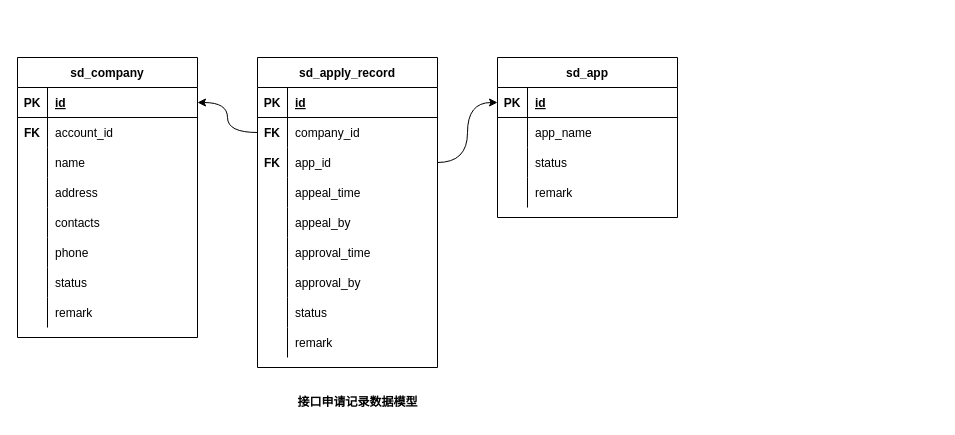
Earlier version of the draw.io diagram page "20220929151245" (6 of 7) of src/work/wyjz/service_directory/db_design_20220930.drawio (ab-doc/draw.io). Source tidied: cells renumbered, new cells numbered last; positions are measured from the earlier drawing's top-left corner, leaving out a move shared by most shapes. Both pictures are drawn from the tidied source at 100%, with x=0, y=0 at pixel (17, 57).
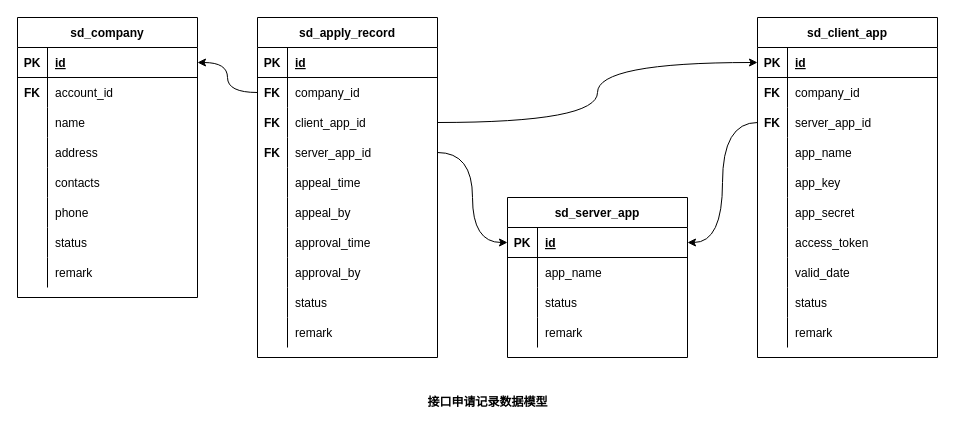
The same diagram, later.

Unchanged cells that the change refers to:
```xml
<mxCell id="59" style="shape=tableRow;horizontal=0;startSize=0;swimlaneHead=0;swimlaneBody=0;fillColor=none;points=[[0,0.5],[1,0.5]];portConstraint=eastwest;top=0;left=0;right=0;bottom=1;" parent="58" vertex="1">
  <mxGeometry y="30" width="180" height="30" as="geometry" />
</mxCell>
```

The edit, as a diff of the source:
```diff
@@
+    <mxCell id="71" style="edgeStyle=orthogonalEdgeStyle;curved=1;rounded=0;jettySize=auto;html=1;entryX=0;entryY=0.5;entryDx=0;entryDy=0;exitX=1;exitY=0.5;exitDx=0;exitDy=0;" parent="1" edge="1" source="72" target="77">
+      <mxGeometry relative="1" as="geometry" />
+    </mxCell>
     <mxCell id="4" value="sd_apply_record" style="shape=table;startSize=30;childLayout=tableLayout;rowLines=0;fontStyle=1;align=center;" parent="1" vertex="1">
-      <mxGeometry x="240" width="180" height="310" as="geometry" />
+      <mxGeometry x="240" y="-40" width="180" height="340" as="geometry" />
     </mxCell>
@@
+    <mxCell id="72" style="shape=tableRow;horizontal=0;startSize=0;swimlaneHead=0;swimlaneBody=0;fillColor=none;points=[[0,0.5],[1,0.5]];portConstraint=eastwest;top=0;left=0;right=0;bottom=0;" parent="4" vertex="1">
+      <mxGeometry y="90" width="180" height="30" as="geometry" />
+    </mxCell>
+    <mxCell id="73" value="FK" style="shape=partialRectangle;fillColor=none;top=0;left=0;bottom=0;right=0;overflow=hidden;fontStyle=1;" parent="72" vertex="1">
+      <mxGeometry width="30" height="30" as="geometry" />
+    </mxCell>
+    <mxCell id="74" value="client_app_id" style="shape=partialRectangle;fillColor=none;top=0;left=0;bottom=0;right=0;align=left;spacingLeft=6;overflow=hidden;" parent="72" vertex="1">
+      <mxGeometry x="30" width="150" height="30" as="geometry" />
+    </mxCell>
     <mxCell id="11" style="shape=tableRow;horizontal=0;startSize=0;swimlaneHead=0;swimlaneBody=0;fillColor=none;points=[[0,0.5],[1,0.5]];portConstraint=eastwest;top=0;left=0;right=0;bottom=0;" parent="4" vertex="1">
-      <mxGeometry y="90" width="180" height="30" as="geometry" />
+      <mxGeometry y="120" width="180" height="30" as="geometry" />
     </mxCell>
@@
-    <mxCell id="13" value="app_id" style="shape=partialRectangle;fillColor=none;top=0;left=0;bottom=0;right=0;align=left;spacingLeft=6;overflow=hidden;" parent="11" vertex="1">
+    <mxCell id="13" value="server_app_id" style="shape=partialRectangle;fillColor=none;top=0;left=0;bottom=0;right=0;align=left;spacingLeft=6;overflow=hidden;" parent="11" vertex="1">
       <mxGeometry x="30" width="150" height="30" as="geometry" />
     </mxCell>
     <mxCell id="14" style="shape=tableRow;horizontal=0;startSize=0;swimlaneHead=0;swimlaneBody=0;fillColor=none;top=0;left=0;right=0;bottom=0;" parent="4" vertex="1">
-      <mxGeometry y="120" width="180" height="30" as="geometry" />
+      <mxGeometry y="150" width="180" height="30" as="geometry" />
     </mxCell>
@@
     <mxCell id="17" style="shape=tableRow;horizontal=0;startSize=0;swimlaneHead=0;swimlaneBody=0;fillColor=none;top=0;left=0;right=0;bottom=0;" parent="4" vertex="1">
-      <mxGeometry y="150" width="180" height="30" as="geometry" />
+      <mxGeometry y="180" width="180" height="30" as="geometry" />
     </mxCell>
@@
     <mxCell id="20" style="shape=tableRow;horizontal=0;startSize=0;swimlaneHead=0;swimlaneBody=0;fillColor=none;top=0;left=0;right=0;bottom=0;" parent="4" vertex="1">
-      <mxGeometry y="180" width="180" height="30" as="geometry" />
+      <mxGeometry y="210" width="180" height="30" as="geometry" />
     </mxCell>
@@
     <mxCell id="23" style="shape=tableRow;horizontal=0;startSize=0;swimlaneHead=0;swimlaneBody=0;fillColor=none;top=0;left=0;right=0;bottom=0;" parent="4" vertex="1">
-      <mxGeometry y="210" width="180" height="30" as="geometry" />
+      <mxGeometry y="240" width="180" height="30" as="geometry" />
     </mxCell>
@@
     <mxCell id="26" style="shape=tableRow;horizontal=0;startSize=0;swimlaneHead=0;swimlaneBody=0;fillColor=none;top=0;left=0;right=0;bottom=0;" parent="4" vertex="1">
-      <mxGeometry y="240" width="180" height="30" as="geometry" />
+      <mxGeometry y="270" width="180" height="30" as="geometry" />
     </mxCell>
@@
     <mxCell id="29" style="shape=tableRow;horizontal=0;startSize=0;swimlaneHead=0;swimlaneBody=0;fillColor=none;top=0;left=0;right=0;bottom=0;" parent="4" vertex="1">
-      <mxGeometry y="270" width="180" height="30" as="geometry" />
+      <mxGeometry y="300" width="180" height="30" as="geometry" />
     </mxCell>
@@
     <mxCell id="32" value="&lt;b&gt;接口申请记录数据模型&lt;/b&gt;" style="text;html=1;align=center;verticalAlign=middle;strokeColor=none;fillColor=none;" parent="1" vertex="1">
-      <mxGeometry x="270" y="330" width="140" height="30" as="geometry" />
+      <mxGeometry x="400" y="330" width="140" height="30" as="geometry" />
     </mxCell>
     <mxCell id="33" value="sd_company" style="shape=table;startSize=30;childLayout=tableLayout;rowLines=0;fontStyle=1;align=center;sketch=0;" parent="1" vertex="1">
-      <mxGeometry width="180" height="280" as="geometry" />
+      <mxGeometry y="-40" width="180" height="280" as="geometry" />
     </mxCell>
@@
-    <mxCell id="58" value="sd_app" style="shape=table;startSize=30;childLayout=tableLayout;rowLines=0;fontStyle=1;align=center;" parent="1" vertex="1">
-      <mxGeometry x="480" width="180" height="160" as="geometry" />
+    <mxCell id="58" value="sd_server_app" style="shape=table;startSize=30;childLayout=tableLayout;rowLines=0;fontStyle=1;align=center;" parent="1" vertex="1">
+      <mxGeometry x="490" y="140" width="180" height="160" as="geometry" />
     </mxCell>
@@
+    <mxCell id="75" style="edgeStyle=orthogonalEdgeStyle;curved=1;rounded=0;jettySize=auto;html=1;entryX=1;entryY=0.5;entryDx=0;entryDy=0;exitX=0;exitY=0.5;exitDx=0;exitDy=0;" parent="1" edge="1" source="83" target="59">
+      <mxGeometry relative="1" as="geometry" />
+    </mxCell>
+    <mxCell id="76" value="sd_client_app" style="shape=table;startSize=30;childLayout=tableLayout;rowLines=0;fontStyle=1;align=center;" parent="1" vertex="1">
+      <mxGeometry x="740" y="-40" width="180" height="340" as="geometry" />
+    </mxCell>
+    <mxCell id="77" style="shape=tableRow;horizontal=0;startSize=0;swimlaneHead=0;swimlaneBody=0;fillColor=none;points=[[0,0.5],[1,0.5]];portConstraint=eastwest;top=0;left=0;right=0;bottom=1;" parent="76" vertex="1">
+      <mxGeometry y="30" width="180" height="30" as="geometry" />
+    </mxCell>
+    <mxCell id="78" value="PK" style="shape=partialRectangle;fillColor=none;top=0;left=0;bottom=0;right=0;fontStyle=1;overflow=hidden;" parent="77" vertex="1">
+      <mxGeometry width="30" height="30" as="geometry" />
+    </mxCell>
+    <mxCell id="79" value="id" style="shape=partialRectangle;fillColor=none;top=0;left=0;bottom=0;right=0;align=left;spacingLeft=6;fontStyle=5;overflow=hidden;" parent="77" vertex="1">
+      <mxGeometry x="30" width="150" height="30" as="geometry" />
+    </mxCell>
+    <mxCell id="80" style="shape=tableRow;horizontal=0;startSize=0;swimlaneHead=0;swimlaneBody=0;fillColor=none;top=0;left=0;right=0;bottom=0;" parent="76" vertex="1">
+      <mxGeometry y="60" width="180" height="30" as="geometry" />
+    </mxCell>
+    <mxCell id="81" value="FK" style="shape=partialRectangle;fillColor=none;top=0;left=0;bottom=0;right=0;overflow=hidden;fontStyle=1;" parent="80" vertex="1">
+      <mxGeometry width="30" height="30" as="geometry" />
+    </mxCell>
+    <mxCell id="82" value="company_id" style="shape=partialRectangle;fillColor=none;top=0;left=0;bottom=0;right=0;align=left;spacingLeft=6;overflow=hidden;" parent="80" vertex="1">
+      <mxGeometry x="30" width="150" height="30" as="geometry" />
+    </mxCell>
+    <mxCell id="83" style="shape=tableRow;horizontal=0;startSize=0;swimlaneHead=0;swimlaneBody=0;fillColor=none;points=[[0,0.5],[1,0.5]];portConstraint=eastwest;top=0;left=0;right=0;bottom=0;" parent="76" vertex="1">
+      <mxGeometry y="90" width="180" height="30" as="geometry" />
+    </mxCell>
+    <mxCell id="84" value="FK" style="shape=partialRectangle;fillColor=none;top=0;left=0;bottom=0;right=0;overflow=hidden;fontStyle=1;" parent="83" vertex="1">
+      <mxGeometry width="30" height="30" as="geometry" />
+    </mxCell>
+    <mxCell id="85" value="server_app_id" style="shape=partialRectangle;fillColor=none;top=0;left=0;bottom=0;right=0;align=left;spacingLeft=6;overflow=hidden;" parent="83" vertex="1">
+      <mxGeometry x="30" width="150" height="30" as="geometry" />
+    </mxCell>
+    <mxCell id="86" style="shape=tableRow;horizontal=0;startSize=0;swimlaneHead=0;swimlaneBody=0;fillColor=none;top=0;left=0;right=0;bottom=0;" parent="76" vertex="1">
+      <mxGeometry y="120" width="180" height="30" as="geometry" />
+    </mxCell>
+    <mxCell id="87" style="shape=partialRectangle;fillColor=none;top=0;left=0;bottom=0;right=0;overflow=hidden;" parent="86" vertex="1">
+      <mxGeometry width="30" height="30" as="geometry" />
+    </mxCell>
+    <mxCell id="88" value="app_name" style="shape=partialRectangle;fillColor=none;top=0;left=0;bottom=0;right=0;align=left;spacingLeft=6;overflow=hidden;" parent="86" vertex="1">
+      <mxGeometry x="30" width="150" height="30" as="geometry" />
+    </mxCell>
+    <mxCell id="89" style="shape=tableRow;horizontal=0;startSize=0;swimlaneHead=0;swimlaneBody=0;fillColor=none;top=0;left=0;right=0;bottom=0;" parent="76" vertex="1">
+      <mxGeometry y="150" width="180" height="30" as="geometry" />
+    </mxCell>
+    <mxCell id="90" style="shape=partialRectangle;fillColor=none;top=0;left=0;bottom=0;right=0;overflow=hidden;" parent="89" vertex="1">
+      <mxGeometry width="30" height="30" as="geometry" />
+    </mxCell>
+    <mxCell id="91" value="app_key" style="shape=partialRectangle;fillColor=none;top=0;left=0;bottom=0;right=0;align=left;spacingLeft=6;overflow=hidden;" parent="89" vertex="1">
+      <mxGeometry x="30" width="150" height="30" as="geometry" />
+    </mxCell>
+    <mxCell id="92" style="shape=tableRow;horizontal=0;startSize=0;swimlaneHead=0;swimlaneBody=0;fillColor=none;top=0;left=0;right=0;bottom=0;" parent="76" vertex="1">
+      <mxGeometry y="180" width="180" height="30" as="geometry" />
+    </mxCell>
+    <mxCell id="93" style="shape=partialRectangle;fillColor=none;top=0;left=0;bottom=0;right=0;overflow=hidden;" parent="92" vertex="1">
+      <mxGeometry width="30" height="30" as="geometry" />
+    </mxCell>
+    <mxCell id="94" value="app_secret" style="shape=partialRectangle;fillColor=none;top=0;left=0;bottom=0;right=0;align=left;spacingLeft=6;overflow=hidden;" parent="92" vertex="1">
+      <mxGeometry x="30" width="150" height="30" as="geometry" />
+    </mxCell>
+    <mxCell id="95" style="shape=tableRow;horizontal=0;startSize=0;swimlaneHead=0;swimlaneBody=0;fillColor=none;top=0;left=0;right=0;bottom=0;" parent="76" vertex="1">
+      <mxGeometry y="210" width="180" height="30" as="geometry" />
+    </mxCell>
+    <mxCell id="96" style="shape=partialRectangle;fillColor=none;top=0;left=0;bottom=0;right=0;overflow=hidden;fontStyle=1;" parent="95" vertex="1">
+      <mxGeometry width="30" height="30" as="geometry" />
+    </mxCell>
+    <mxCell id="97" value="access_token" style="shape=partialRectangle;fillColor=none;top=0;left=0;bottom=0;right=0;align=left;spacingLeft=6;overflow=hidden;" parent="95" vertex="1">
+      <mxGeometry x="30" width="150" height="30" as="geometry" />
+    </mxCell>
+    <mxCell id="98" style="shape=tableRow;horizontal=0;startSize=0;swimlaneHead=0;swimlaneBody=0;fillColor=none;top=0;left=0;right=0;bottom=0;" parent="76" vertex="1">
+      <mxGeometry y="240" width="180" height="30" as="geometry" />
+    </mxCell>
+    <mxCell id="99" style="shape=partialRectangle;fillColor=none;top=0;left=0;bottom=0;right=0;overflow=hidden;" parent="98" vertex="1">
+      <mxGeometry width="30" height="30" as="geometry" />
+    </mxCell>
+    <mxCell id="100" value="valid_date" style="shape=partialRectangle;fillColor=none;top=0;left=0;bottom=0;right=0;align=left;spacingLeft=6;overflow=hidden;" parent="98" vertex="1">
+      <mxGeometry x="30" width="150" height="30" as="geometry" />
+    </mxCell>
+    <mxCell id="101" style="shape=tableRow;horizontal=0;startSize=0;swimlaneHead=0;swimlaneBody=0;fillColor=none;top=0;left=0;right=0;bottom=0;" parent="76" vertex="1">
+      <mxGeometry y="270" width="180" height="30" as="geometry" />
+    </mxCell>
+    <mxCell id="102" style="shape=partialRectangle;fillColor=none;top=0;left=0;bottom=0;right=0;overflow=hidden;" parent="101" vertex="1">
+      <mxGeometry width="30" height="30" as="geometry" />
+    </mxCell>
+    <mxCell id="103" value="status" style="shape=partialRectangle;fillColor=none;top=0;left=0;bottom=0;right=0;align=left;spacingLeft=6;overflow=hidden;" parent="101" vertex="1">
+      <mxGeometry x="30" width="150" height="30" as="geometry" />
+    </mxCell>
+    <mxCell id="104" style="shape=tableRow;horizontal=0;startSize=0;swimlaneHead=0;swimlaneBody=0;fillColor=none;top=0;left=0;right=0;bottom=0;" parent="76" vertex="1">
+      <mxGeometry y="300" width="180" height="30" as="geometry" />
+    </mxCell>
+    <mxCell id="105" style="shape=partialRectangle;fillColor=none;top=0;left=0;bottom=0;right=0;overflow=hidden;" parent="104" vertex="1">
+      <mxGeometry width="30" height="30" as="geometry" />
+    </mxCell>
+    <mxCell id="106" value="remark" style="shape=partialRectangle;fillColor=none;top=0;left=0;bottom=0;right=0;align=left;spacingLeft=6;overflow=hidden;" parent="104" vertex="1">
+      <mxGeometry x="30" width="150" height="30" as="geometry" />
+    </mxCell>
```
